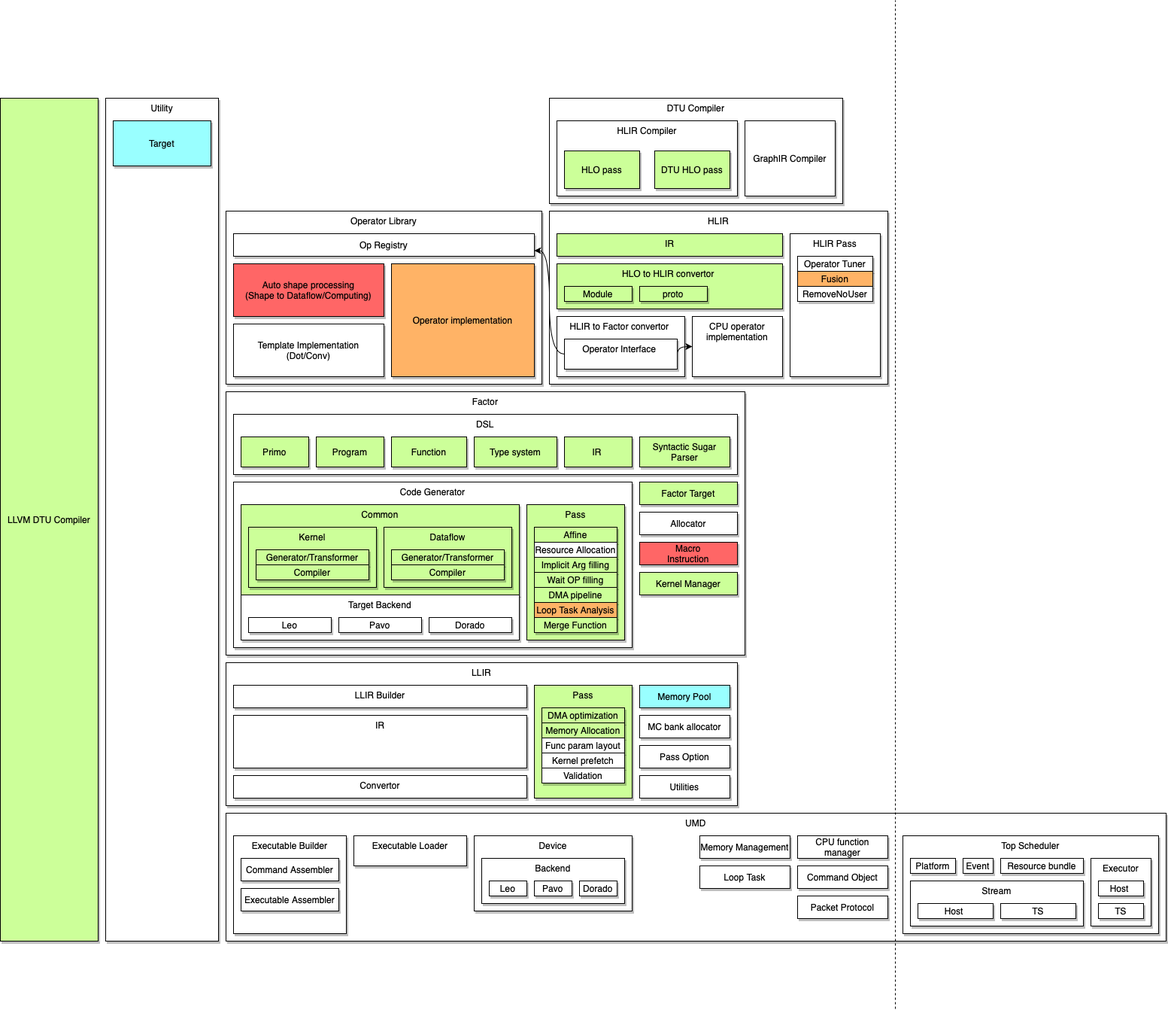
The draw.io diagram 组件及关系图.png in dingsg/drawio, before a commit. Source tidied: cells renumbered, new cells last; positions are measured from the earlier drawing's top-left corner, leaving out a move shared by most shapes.
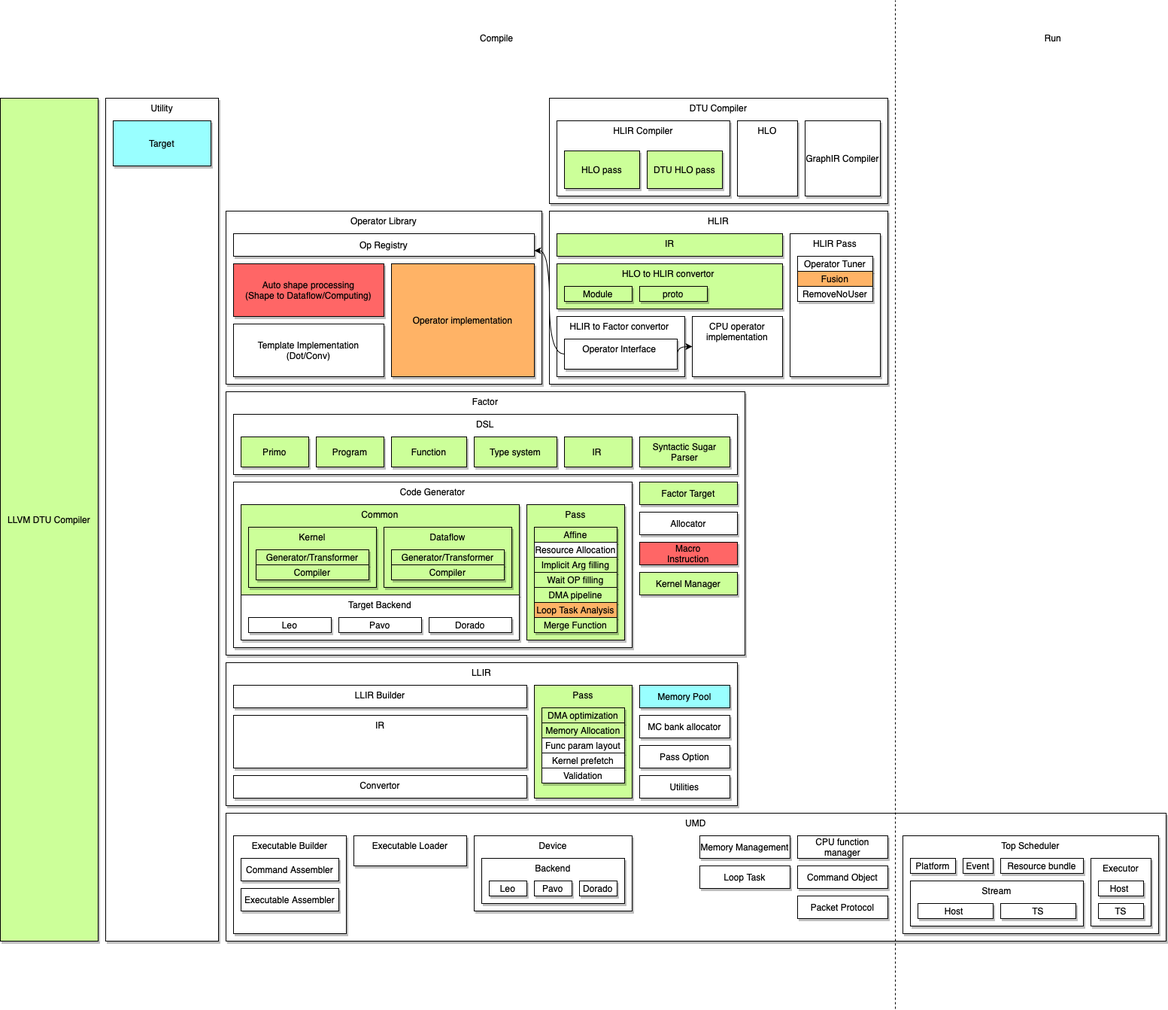
Above is the later version.

Commit message:
Added 组件及关系图.png

Diff of the diagram source:
```diff
@@ -18,13 +18,13 @@
       <mxGeometry x="730" y="280" width="450" height="230" as="geometry" />
     </mxCell>
     <mxCell id="7" value="DTU Compiler&lt;br&gt;" style="rounded=0;whiteSpace=wrap;html=1;align=center;verticalAlign=top;shadow=1;" parent="1" vertex="1">
-      <mxGeometry x="730" y="130" width="390" height="140" as="geometry" />
+      <mxGeometry x="730" y="130" width="450" height="140" as="geometry" />
     </mxCell>
     <mxCell id="8" value="HLIR Compiler" style="rounded=0;whiteSpace=wrap;html=1;verticalAlign=top;shadow=1;" parent="1" vertex="1">
-      <mxGeometry x="740" y="160" width="240" height="100" as="geometry" />
+      <mxGeometry x="740" y="160" width="230" height="100" as="geometry" />
     </mxCell>
     <mxCell id="9" value="GraphIR Compiler" style="rounded=0;whiteSpace=wrap;html=1;shadow=1;" parent="1" vertex="1">
-      <mxGeometry x="990" y="160" width="120" height="100" as="geometry" />
+      <mxGeometry x="1070" y="160" width="100" height="100" as="geometry" />
     </mxCell>
     <mxCell id="10" value="HLO to HLIR convertor&amp;nbsp;" style="rounded=0;whiteSpace=wrap;html=1;verticalAlign=top;shadow=1;fillColor=#CCFF99;" parent="1" vertex="1">
       <mxGeometry x="740" y="350" width="300" height="60" as="geometry" />
@@ -36,7 +36,7 @@
       <mxGeometry x="750" y="200" width="100" height="50" as="geometry" />
     </mxCell>
     <mxCell id="13" value="DTU HLO pass" style="rounded=0;whiteSpace=wrap;html=1;shadow=1;fillColor=#CCFF99;" parent="1" vertex="1">
-      <mxGeometry x="870" y="200" width="100" height="50" as="geometry" />
+      <mxGeometry x="860" y="200" width="100" height="50" as="geometry" />
     </mxCell>
     <mxCell id="14" value="Module" style="rounded=0;whiteSpace=wrap;html=1;align=center;shadow=1;fillColor=#CCFF99;" parent="1" vertex="1">
       <mxGeometry x="750" y="380" width="90" height="20" as="geometry" />
@@ -306,5 +306,14 @@
     <mxCell id="100" value="Packet Protocol" style="rounded=0;whiteSpace=wrap;html=1;shadow=1;fillColor=#FFFFFF;align=center;" parent="1" vertex="1">
       <mxGeometry x="1060" y="1190" width="120" height="30" as="geometry" />
     </mxCell>
+    <mxCell id="101" value="Compile" style="text;html=1;strokeColor=none;fillColor=none;align=center;verticalAlign=middle;whiteSpace=wrap;rounded=0;" parent="1" vertex="1">
+      <mxGeometry x="640" y="40" width="40" height="20" as="geometry" />
+    </mxCell>
+    <mxCell id="102" value="Run" style="text;html=1;strokeColor=none;fillColor=none;align=center;verticalAlign=middle;whiteSpace=wrap;rounded=0;" parent="1" vertex="1">
+      <mxGeometry x="1380" y="40" width="40" height="20" as="geometry" />
+    </mxCell>
+    <mxCell id="103" value="HLO" style="rounded=0;whiteSpace=wrap;html=1;verticalAlign=top;shadow=1;" parent="1" vertex="1">
+      <mxGeometry x="980" y="160" width="80" height="100" as="geometry" />
+    </mxCell>
   </root>
 </mxGraphModel>
```
